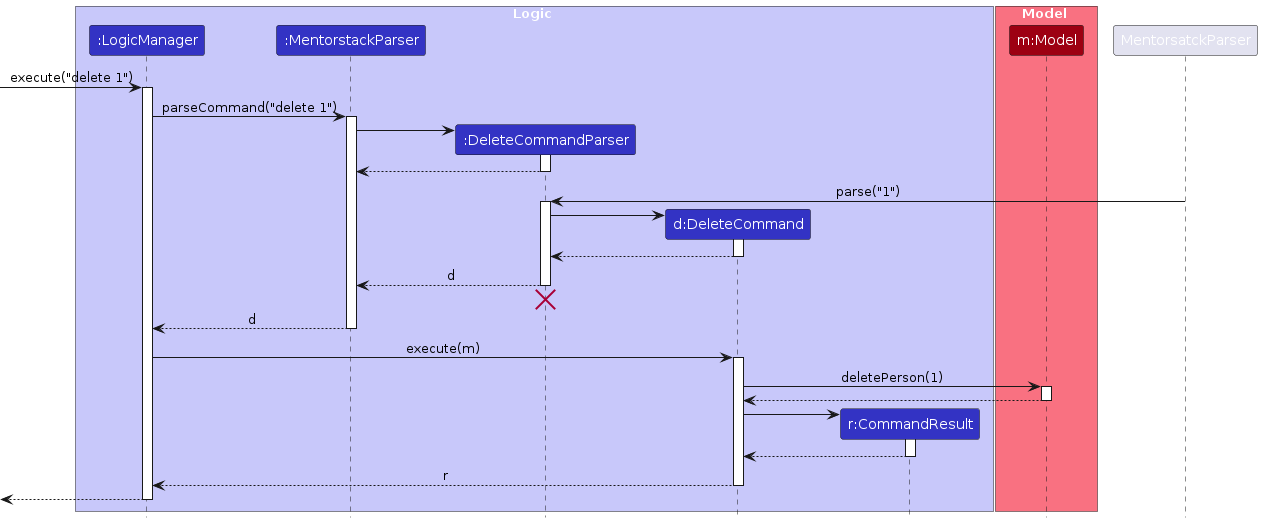
Before: diagrams/DeleteSequenceDiagram.png, a diagram exported from PlantUML (AY2425S2-CS2103-W11-1/tp). Its source is kept beside it as diagrams/DeleteSequenceDiagram.puml.
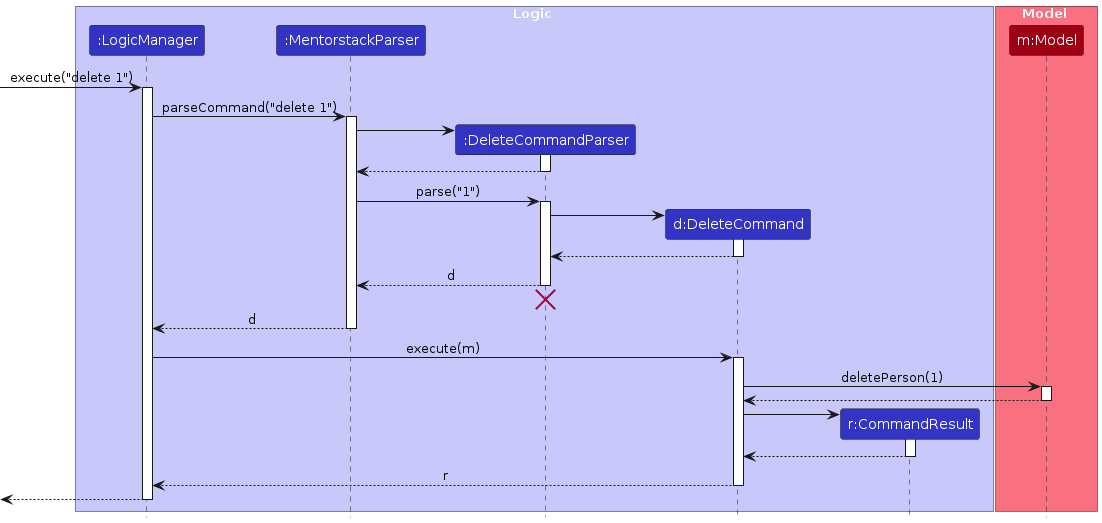
After the commit.

Diff of the diagram source:
```diff
@@ -27,7 +27,7 @@
 DeleteCommandParser --> MentorstackParser
 deactivate DeleteCommandParser
 
-MentorsatckParser -> DeleteCommandParser : parse("1")
+MentorstackParser -> DeleteCommandParser : parse("1")
 activate DeleteCommandParser
 
 create DeleteCommand
```
